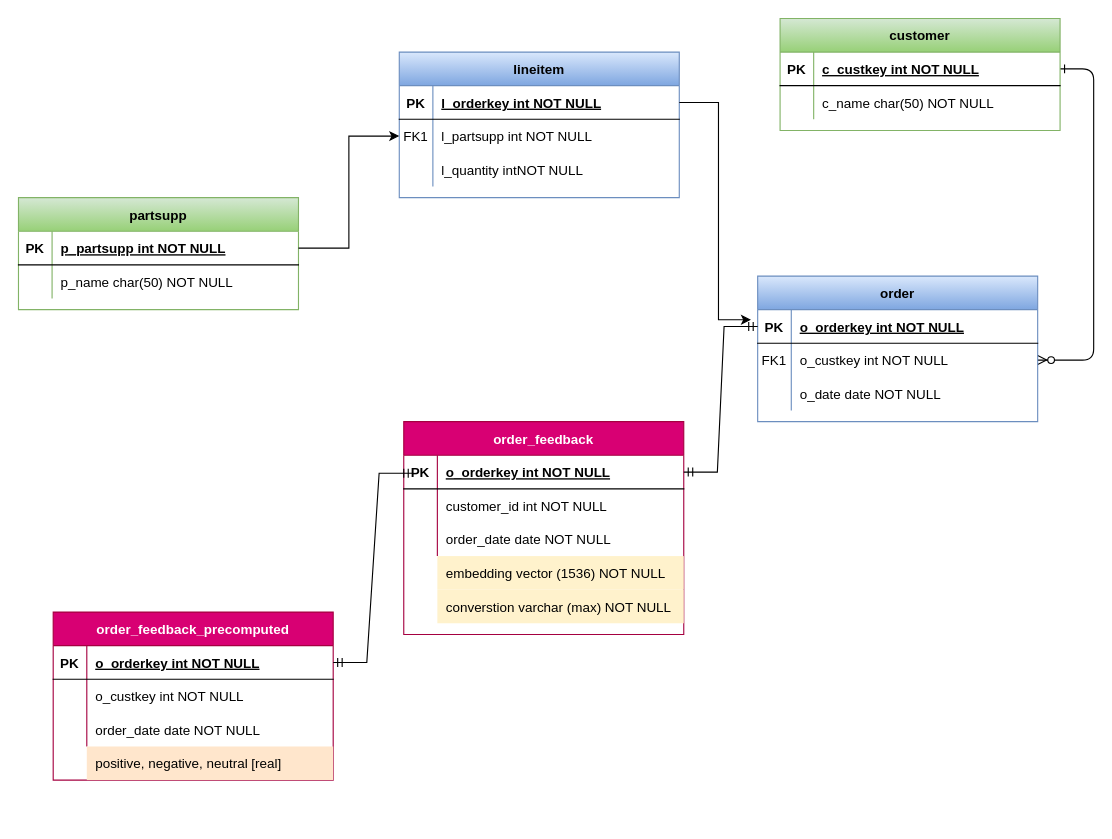
Earlier version of the draw.io diagram tpch-orders.drawio (erincon01/Vector). Source tidied: cells renumbered, new cells numbered last; positions are measured from the earlier drawing's top-left corner, leaving out a move shared by most shapes. Both pictures are drawn from the tidied source at 112%, with x=0, y=0 at pixel (18, 18).
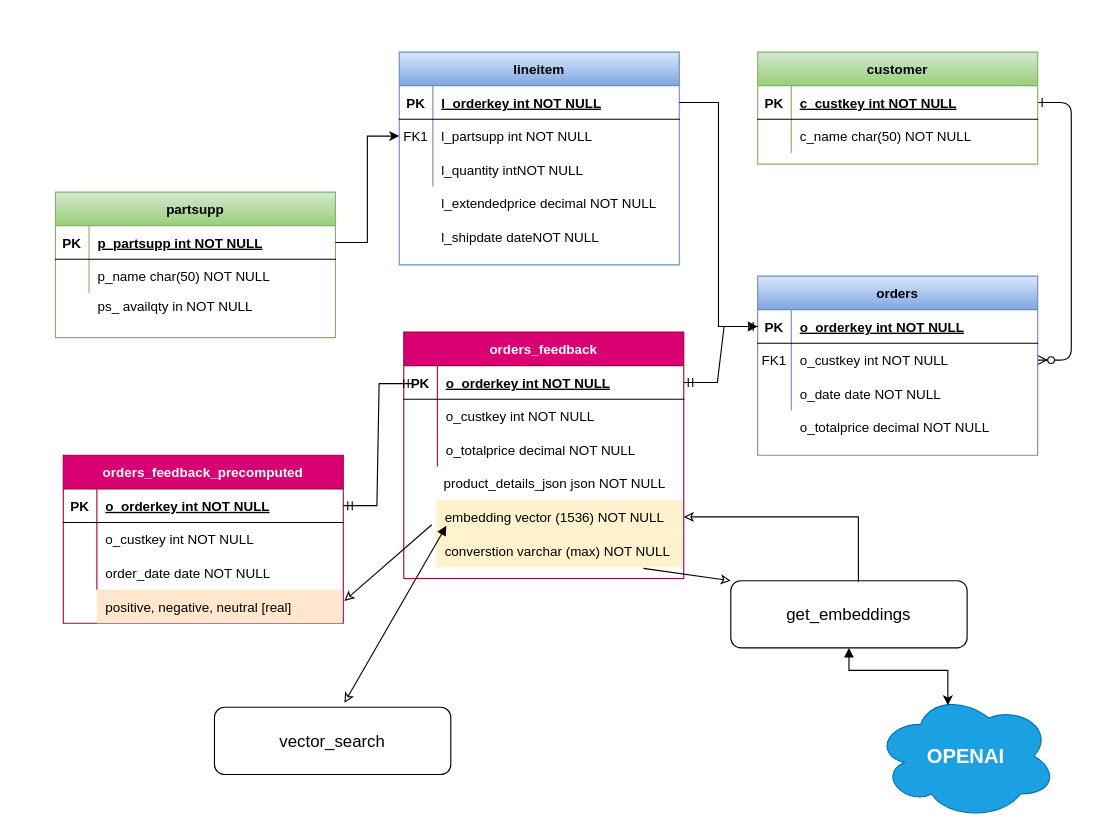
After the change.

Unchanged cells that the change refers to:
```xml
<mxCell id="4" style="shape=partialRectangle;fillColor=none;points=[[0,0.5],[1,0.5]];portConstraint=eastwest;top=0;left=0;right=0;bottom=1;" parent="3" vertex="1">
  <mxGeometry y="30" width="250" height="30" as="geometry" />
</mxCell>
<mxCell id="24" style="shape=partialRectangle;fillColor=none;top=0;left=0;right=0;bottom=0;" parent="20" vertex="1">
  <mxGeometry y="60" width="250" height="30" as="geometry" />
</mxCell>
<mxCell id="27" style="shape=partialRectangle;fillColor=none;top=0;left=0;right=0;bottom=0;" parent="20" vertex="1">
  <mxGeometry y="90" width="250" height="30" as="geometry" />
</mxCell>
<mxCell id="46" style="shape=partialRectangle;fillColor=none;points=[[0,0.5],[1,0.5]];portConstraint=eastwest;top=0;left=0;right=0;bottom=1;" parent="45" vertex="1">
  <mxGeometry y="30" width="250" height="30" as="geometry" />
</mxCell>
```

What changed in the source:
```diff
@@
-    <mxCell id="3" value="order" style="shape=table;startSize=30;childLayout=tableLayout;rowLines=0;fontStyle=1;align=center;fillColor=#dae8fc;gradientColor=#7ea6e0;strokeColor=#6c8ebf;" parent="1" vertex="1">
-      <mxGeometry x="660" y="230" width="250" height="130" as="geometry" />
+    <mxCell id="3" value="orders" style="shape=table;startSize=30;childLayout=tableLayout;rowLines=0;fontStyle=1;align=center;fillColor=#dae8fc;gradientColor=#7ea6e0;strokeColor=#6c8ebf;" parent="1" vertex="1">
+      <mxGeometry x="660" y="230" width="250" height="160" as="geometry" />
     </mxCell>
@@
     <mxCell id="13" value="customer" style="shape=table;startSize=30;childLayout=tableLayout;rowLines=0;fontStyle=1;align=center;fillColor=#d5e8d4;gradientColor=#97d077;strokeColor=#82b366;" parent="1" vertex="1">
-      <mxGeometry x="680" width="250" height="100" as="geometry" />
+      <mxGeometry x="660" y="30" width="250" height="100" as="geometry" />
     </mxCell>
@@
-    <mxCell id="20" value="order_feedback" style="shape=table;startSize=30;childLayout=tableLayout;rowLines=0;fontStyle=1;align=center;fillColor=#d80073;strokeColor=#A50040;fontColor=#ffffff;" parent="1" vertex="1">
-      <mxGeometry x="344" y="360" width="250" height="190" as="geometry" />
+    <mxCell id="20" value="orders_feedback" style="shape=table;startSize=30;childLayout=tableLayout;rowLines=0;fontStyle=1;align=center;fillColor=#d80073;strokeColor=#A50040;fontColor=#ffffff;" parent="1" vertex="1">
+      <mxGeometry x="344" y="280" width="250" height="220" as="geometry" />
     </mxCell>
@@
-    <mxCell id="26" value="customer_id int NOT NULL" style="shape=partialRectangle;overflow=hidden;fillColor=none;top=0;left=0;bottom=0;right=0;align=left;spacingLeft=6;" parent="24" vertex="1">
+    <mxCell id="26" value="o_custkey int NOT NULL" style="shape=partialRectangle;overflow=hidden;fillColor=none;top=0;left=0;bottom=0;right=0;align=left;spacingLeft=6;" parent="24" vertex="1">
       <mxGeometry x="30" width="220" height="30" as="geometry" />
     </mxCell>
@@
-    <mxCell id="29" value="order_date date NOT NULL" style="shape=partialRectangle;overflow=hidden;fillColor=none;top=0;left=0;bottom=0;right=0;align=left;spacingLeft=6;" parent="27" vertex="1">
+    <mxCell id="29" value="o_totalprice decimal NOT NULL" style="shape=partialRectangle;overflow=hidden;fillColor=none;top=0;left=0;bottom=0;right=0;align=left;spacingLeft=6;" parent="27" vertex="1">
       <mxGeometry x="30" width="220" height="30" as="geometry" />
     </mxCell>
     <mxCell id="30" value="converstion varchar (max) NOT NULL" style="shape=partialRectangle;overflow=hidden;fillColor=#fff2cc;top=0;left=0;bottom=0;right=0;align=left;spacingLeft=6;strokeColor=#d6b656;" parent="1" vertex="1">
-      <mxGeometry x="374" y="510" width="220" height="30" as="geometry" />
+      <mxGeometry x="373" y="460" width="220" height="30" as="geometry" />
     </mxCell>
     <mxCell id="31" value="embedding vector (1536) NOT NULL" style="shape=partialRectangle;overflow=hidden;fillColor=#fff2cc;top=0;left=0;bottom=0;right=0;align=left;spacingLeft=6;strokeColor=#d6b656;" parent="1" vertex="1">
-      <mxGeometry x="374" y="480" width="220" height="30" as="geometry" />
+      <mxGeometry x="373" y="430" width="220" height="30" as="geometry" />
     </mxCell>
@@
-    <mxCell id="33" value="order_feedback_precomputed" style="shape=table;startSize=30;childLayout=tableLayout;rowLines=0;fontStyle=1;align=center;fillColor=#d80073;strokeColor=#A50040;fontColor=#ffffff;" parent="1" vertex="1">
-      <mxGeometry x="31" y="530" width="250" height="150" as="geometry" />
+    <mxCell id="33" value="orders_feedback_precomputed" style="shape=table;startSize=30;childLayout=tableLayout;rowLines=0;fontStyle=1;align=center;fillColor=#d80073;strokeColor=#A50040;fontColor=#ffffff;" parent="1" vertex="1">
+      <mxGeometry x="40" y="390" width="250" height="150" as="geometry" />
     </mxCell>
@@
     <mxCell id="43" value="positive, negative, neutral [real]" style="shape=partialRectangle;overflow=hidden;fillColor=#ffe6cc;top=0;left=0;bottom=0;right=0;align=left;spacingLeft=6;strokeColor=#d79b00;" parent="1" vertex="1">
-      <mxGeometry x="61" y="650" width="220" height="30" as="geometry" />
+      <mxGeometry x="70" y="510" width="219" height="30" as="geometry" />
     </mxCell>
@@
     <mxCell id="45" value="lineitem" style="shape=table;startSize=30;childLayout=tableLayout;rowLines=0;fontStyle=1;align=center;fillColor=#dae8fc;gradientColor=#7ea6e0;strokeColor=#6c8ebf;" parent="1" vertex="1">
-      <mxGeometry x="340" y="30" width="250" height="130" as="geometry" />
+      <mxGeometry x="340" y="30" width="250" height="190" as="geometry" />
     </mxCell>
@@
-    <mxCell id="55" style="edgeStyle=orthogonalEdgeStyle;rounded=0;jettySize=auto;html=1;entryX=-0.024;entryY=0.3;entryDx=0;entryDy=0;entryPerimeter=0;" parent="1" edge="1" source="46" target="4">
+    <mxCell id="55" style="edgeStyle=orthogonalEdgeStyle;rounded=0;jettySize=auto;html=1;" parent="1" edge="1" source="46" target="4">
       <mxGeometry relative="1" as="geometry" />
     </mxCell>
     <mxCell id="56" value="partsupp" style="shape=table;startSize=30;childLayout=tableLayout;rowLines=0;fontStyle=1;align=center;fillColor=#d5e8d4;gradientColor=#97d077;strokeColor=#82b366;" parent="1" vertex="1">
-      <mxGeometry y="160" width="250" height="100" as="geometry" />
+      <mxGeometry x="33" y="155" width="250" height="130" as="geometry" />
     </mxCell>
@@
+    <mxCell id="64" style="shape=partialRectangle;fillColor=none;points=[[0,0.5],[1,0.5]];portConstraint=eastwest;top=0;left=0;right=0;bottom=0;" parent="1" vertex="1">
+      <mxGeometry x="343" y="482" width="250" height="30" as="geometry" />
+    </mxCell>
+    <mxCell id="65" style="shape=partialRectangle;overflow=hidden;fillColor=none;top=0;left=0;bottom=0;right=0;" parent="64" vertex="1">
+      <mxGeometry width="30" height="30" as="geometry" />
+    </mxCell>
+    <mxCell id="66" value="product_details_json json NOT NULL" style="shape=partialRectangle;overflow=hidden;fillColor=none;top=0;left=0;bottom=0;right=0;align=left;spacingLeft=6;" parent="64" vertex="1">
+      <mxGeometry x="29" y="-82" width="220" height="30" as="geometry" />
+    </mxCell>
+    <mxCell id="67" value="o_totalprice decimal NOT NULL" style="shape=partialRectangle;overflow=hidden;fillColor=none;top=0;left=0;bottom=0;right=0;align=left;spacingLeft=6;" parent="1" vertex="1">
+      <mxGeometry x="690" y="350" width="220" height="30" as="geometry" />
+    </mxCell>
+    <mxCell id="68" value="l_extendedprice decimal NOT NULL" style="shape=partialRectangle;overflow=hidden;fillColor=none;top=0;left=0;bottom=0;right=0;align=left;spacingLeft=6;" parent="1" vertex="1">
+      <mxGeometry x="370" y="150" width="220" height="30" as="geometry" />
+    </mxCell>
+    <mxCell id="69" value="l_shipdate dateNOT NULL" style="shape=partialRectangle;overflow=hidden;fillColor=none;top=0;left=0;bottom=0;right=0;align=left;spacingLeft=6;" parent="1" vertex="1">
+      <mxGeometry x="370" y="180" width="220" height="30" as="geometry" />
+    </mxCell>
+    <mxCell id="70" value="ps_ availqty in NOT NULL" style="shape=partialRectangle;overflow=hidden;fillColor=none;top=0;left=0;bottom=0;right=0;align=left;spacingLeft=6;" parent="1" vertex="1">
+      <mxGeometry x="63" y="242" width="220" height="30" as="geometry" />
+    </mxCell>
+    <mxCell id="71" value="&lt;font style=&quot;font-size: 15px;&quot;&gt;get_embeddings&lt;/font&gt;" style="rounded=1;whiteSpace=wrap;html=1;" parent="1" vertex="1">
+      <mxGeometry x="636" y="502" width="211" height="60" as="geometry" />
+    </mxCell>
+    <mxCell id="72" value="&lt;span style=&quot;font-size: 15px;&quot;&gt;vector_search&lt;/span&gt;" style="rounded=1;whiteSpace=wrap;html=1;" parent="1" vertex="1">
+      <mxGeometry x="175" y="615" width="211" height="60" as="geometry" />
+    </mxCell>
+    <mxCell id="73" value="&lt;font style=&quot;font-size: 18px;&quot;&gt;&lt;b&gt;OPENAI&lt;/b&gt;&lt;/font&gt;" style="ellipse;shape=cloud;whiteSpace=wrap;html=1;fillColor=#1ba1e2;fontColor=#ffffff;strokeColor=#006EAF;" parent="1" vertex="1">
+      <mxGeometry x="765" y="602" width="162" height="113" as="geometry" />
+    </mxCell>
+    <mxCell id="74" style="edgeStyle=orthogonalEdgeStyle;rounded=0;jettySize=auto;html=1;entryX=0.4;entryY=0.1;entryDx=0;entryDy=0;entryPerimeter=0;startArrow=block;startFill=1;" parent="1" edge="1" source="71" target="73">
+      <mxGeometry relative="1" as="geometry" />
+    </mxCell>
+    <mxCell id="75" style="edgeStyle=orthogonalEdgeStyle;rounded=0;jettySize=auto;html=1;entryX=0.54;entryY=0.017;entryDx=0;entryDy=0;entryPerimeter=0;startArrow=classic;startFill=0;exitX=1;exitY=0.75;exitDx=0;exitDy=0;endArrow=none;" parent="1" edge="1" source="20" target="71">
+      <mxGeometry relative="1" as="geometry" />
+    </mxCell>
+    <mxCell id="76" style="endArrow=none;startArrow=classic;html=1;rounded=0;entryX=0.86;entryY=0.3;entryDx=0;entryDy=0;entryPerimeter=0;startFill=0;exitX=0;exitY=0;exitDx=0;exitDy=0;" parent="1" edge="1" source="71" target="64">
+      <mxGeometry relative="1" as="geometry" />
+    </mxCell>
+    <mxCell id="77" style="endArrow=none;startArrow=classic;html=1;rounded=0;startFill=0;" parent="1" edge="1">
+      <mxGeometry relative="1" as="geometry">
+        <mxPoint x="291" y="520" as="sourcePoint" />
+        <mxPoint x="369" y="452" as="targetPoint" />
+      </mxGeometry>
+    </mxCell>
+    <mxCell id="78" style="endArrow=block;startArrow=classic;html=1;rounded=0;startFill=0;exitX=0.55;exitY=-0.067;exitDx=0;exitDy=0;exitPerimeter=0;endFill=1;" parent="1" edge="1" source="72">
+      <mxGeometry relative="1" as="geometry">
+        <mxPoint x="382" y="453" as="targetPoint" />
+      </mxGeometry>
+    </mxCell>
```
